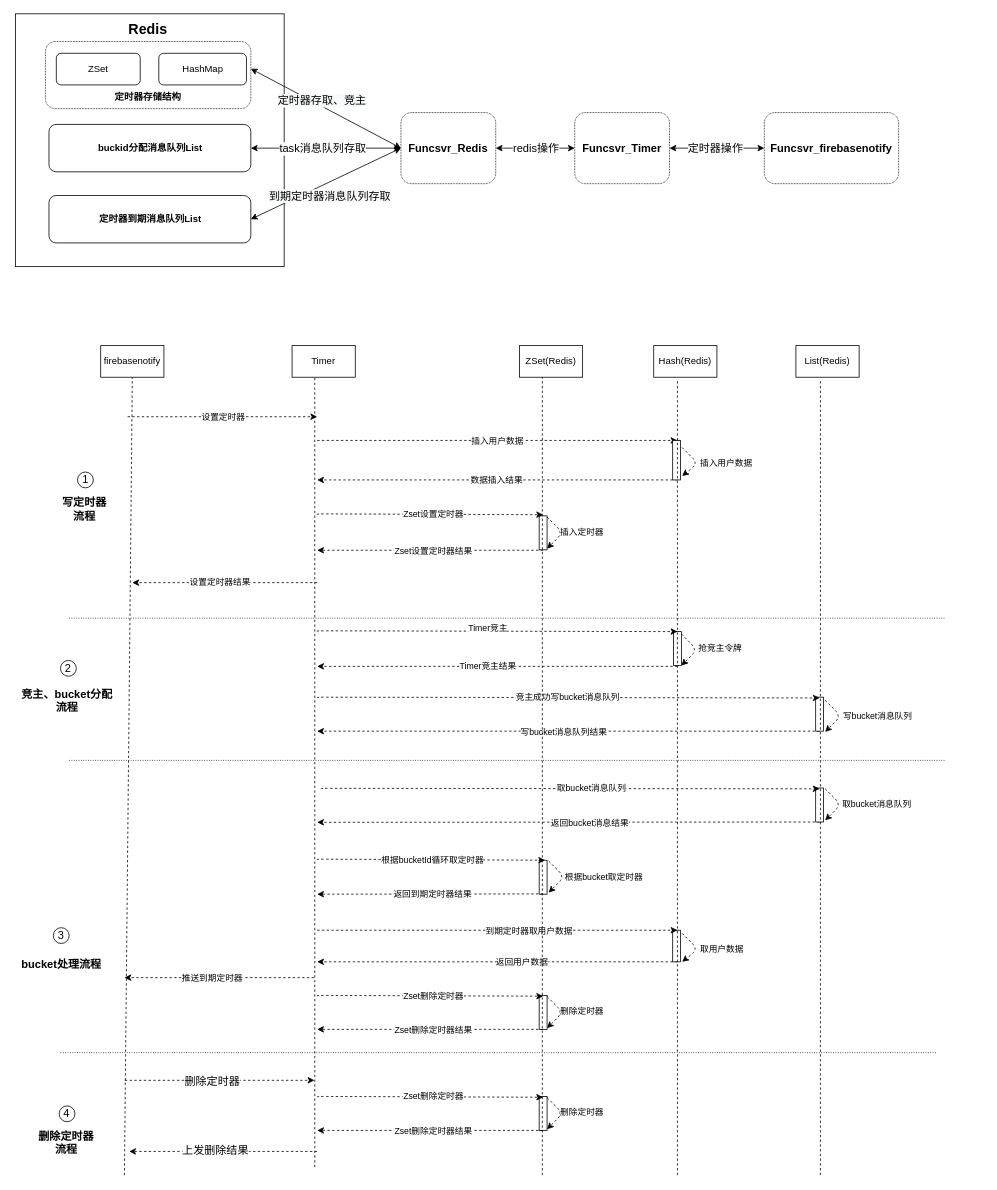
The draw.io diagram page "总图" (1 of 9) of timer.drawio in mbabby/draw.io.file, before the edit. Source tidied: cells renumbered, new cells numbered last; positions are measured from the earlier drawing's top-left corner, leaving out a move shared by most shapes. Both pictures are drawn from the tidied source at 79%, with x=0, y=0 at pixel (13, 13).
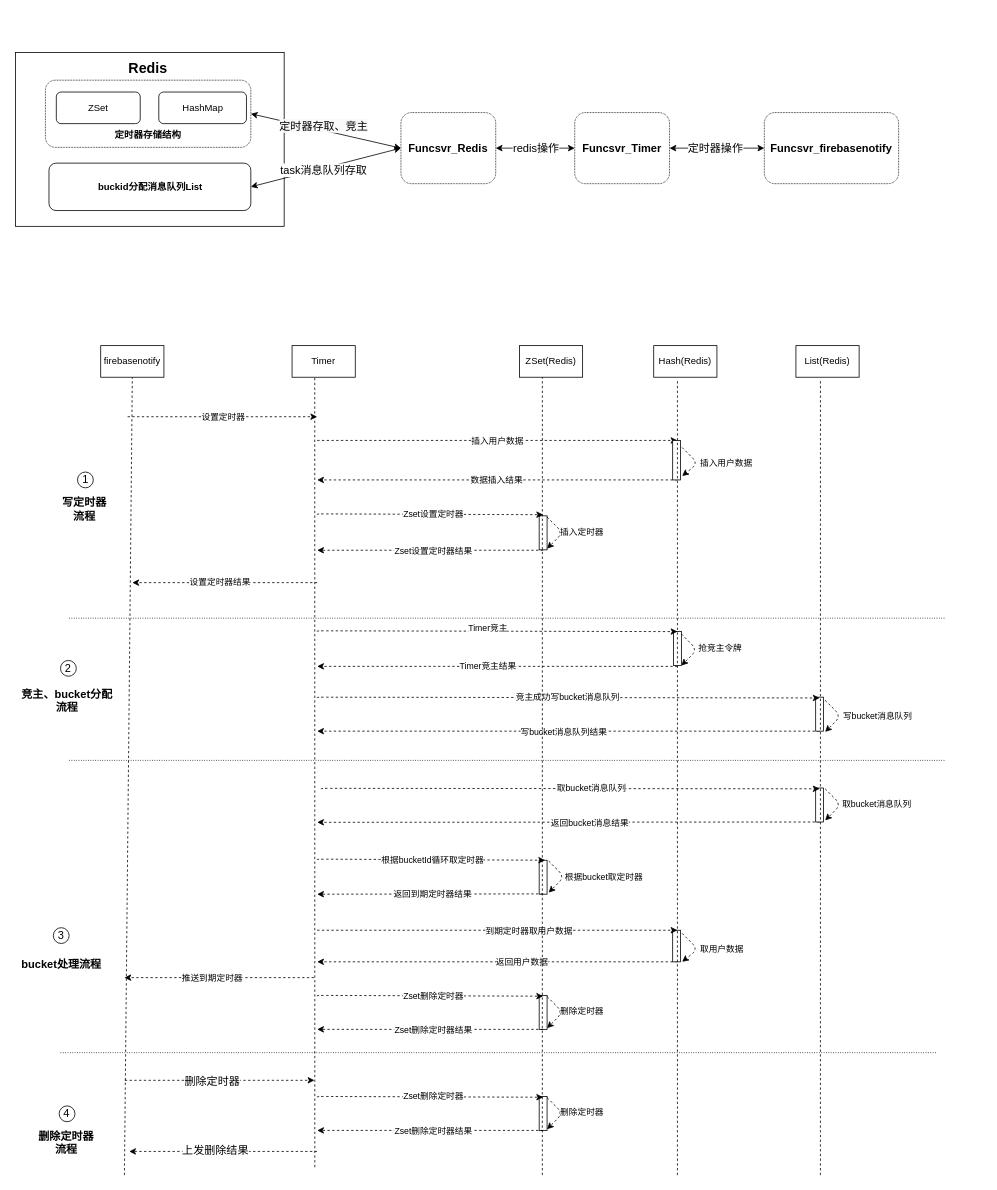
The same diagram, later.

Unchanged cells that the change refers to:
```xml
<mxCell id="11" style="edgeStyle=none;rounded=0;jettySize=auto;html=1;exitX=1;exitY=0.5;exitDx=0;exitDy=0;entryX=0;entryY=0.5;entryDx=0;entryDy=0;fontSize=14;startArrow=classic;startFill=1;strokeWidth=1;" parent="1" edge="1" source="13" target="18">
  <mxGeometry relative="1" as="geometry" />
</mxCell>
<mxCell id="18" value="&lt;b&gt;&lt;font style=&quot;font-size: 14px&quot;&gt;Funcsvr_Redis&lt;/font&gt;&lt;/b&gt;" style="rounded=1;whiteSpace=wrap;html=1;dashed=1;dashPattern=1 1;align=center;" parent="1" vertex="1">
  <mxGeometry x="490" y="125" width="120" height="90" as="geometry" />
</mxCell>
```

The edit, as a diff of the source:
```diff
@@
     <mxCell id="6" style="rounded=0;whiteSpace=wrap;html=1;" parent="1" vertex="1">
-      <mxGeometry x="2.2" width="340" height="320" as="geometry" />
+      <mxGeometry x="2.2" y="49" width="340" height="220" as="geometry" />
     </mxCell>
     <mxCell id="7" style="rounded=1;whiteSpace=wrap;html=1;dashed=1;dashPattern=1 1;" parent="1" vertex="1">
-      <mxGeometry x="40" y="35" width="260" height="85" as="geometry" />
+      <mxGeometry x="40" y="84" width="260" height="85" as="geometry" />
     </mxCell>
     <mxCell id="8" value="ZSet" style="rounded=1;whiteSpace=wrap;html=1;" parent="1" vertex="1">
-      <mxGeometry x="53.8" y="50" width="106.2" height="40" as="geometry" />
+      <mxGeometry x="53.8" y="99" width="106.2" height="40" as="geometry" />
     </mxCell>
     <mxCell id="9" value="&lt;b&gt;&lt;font style=&quot;font-size: 18px&quot;&gt;Redis&lt;/font&gt;&lt;/b&gt;" style="text;html=1;strokeColor=none;fillColor=none;align=center;verticalAlign=middle;whiteSpace=wrap;rounded=0;" parent="1" vertex="1">
-      <mxGeometry x="140" y="5" width="60" height="30" as="geometry" />
+      <mxGeometry x="140" y="54" width="60" height="30" as="geometry" />
     </mxCell>
     <mxCell id="10" value="HashMap" style="rounded=1;whiteSpace=wrap;html=1;" parent="1" vertex="1">
-      <mxGeometry x="183.5" y="50" width="111" height="40" as="geometry" />
+      <mxGeometry x="183.5" y="99" width="111" height="40" as="geometry" />
     </mxCell>
@@
     <mxCell id="12" value="task消息队列存取" style="edgeLabel;html=1;align=center;verticalAlign=middle;fontSize=14;" parent="11" vertex="1">
       <mxGeometry x="-0.15" y="-2" relative="1" as="geometry">
-        <mxPoint x="9" y="-2" as="offset" />
+        <mxPoint x="11" y="-3" as="offset" />
       </mxGeometry>
     </mxCell>
     <mxCell id="13" value="&lt;b&gt;buckid分配消息队列List&lt;/b&gt;" style="rounded=1;whiteSpace=wrap;html=1;" parent="1" vertex="1">
-      <mxGeometry x="44.5" y="140" width="255.5" height="60" as="geometry" />
+      <mxGeometry x="44.5" y="189" width="255.5" height="60" as="geometry" />
     </mxCell>
-    <mxCell id="14" value="&lt;b&gt;定时器到期消息队列List&lt;/b&gt;" style="rounded=1;whiteSpace=wrap;html=1;" parent="1" vertex="1">
-      <mxGeometry x="44.5" y="230" width="255.5" height="60" as="geometry" />
-    </mxCell>
     <mxCell id="15" value="&lt;b&gt;定时器存储结构&lt;/b&gt;" style="text;html=1;strokeColor=none;fillColor=none;align=center;verticalAlign=middle;whiteSpace=wrap;rounded=0;" parent="1" vertex="1">
-      <mxGeometry x="120" y="90" width="100" height="30" as="geometry" />
+      <mxGeometry x="120" y="139" width="100" height="30" as="geometry" />
     </mxCell>
@@
-    <mxCell id="20" style="endArrow=classic;html=1;entryX=0;entryY=0.5;entryDx=0;entryDy=0;startArrow=classic;startFill=1;" parent="1" edge="1" target="18">
-      <mxGeometry relative="1" as="geometry">
-        <mxPoint x="300" y="69.5" as="sourcePoint" />
-      </mxGeometry>
+    <mxCell id="20" style="endArrow=classic;html=1;entryX=0;entryY=0.5;entryDx=0;entryDy=0;startArrow=classic;startFill=1;exitX=1;exitY=0.5;exitDx=0;exitDy=0;" parent="1" edge="1" source="7" target="18">
+      <mxGeometry relative="1" as="geometry" />
     </mxCell>
-    <mxCell id="21" value="&lt;span style=&quot;background-color: rgb(248 , 249 , 250)&quot;&gt;定时器存取、竞主&lt;/span&gt;" style="edgeLabel;html=1;align=center;verticalAlign=middle;fontSize=14;" parent="20" vertex="1">
+    <mxCell id="21" value="&lt;span style=&quot;background-color: rgb(248 , 249 , 250)&quot;&gt;定时器存取、竞主&lt;/span&gt;" style="edgeLabel;html=1;align=center;verticalAlign=middle;fontSize=14;rotation=0;" parent="20" vertex="1">
       <mxGeometry x="0.12" relative="1" as="geometry">
-        <mxPoint x="-17" y="-16" as="offset" />
+        <mxPoint x="-15" y="-9" as="offset" />
       </mxGeometry>
     </mxCell>
-    <mxCell id="22" style="endArrow=classic;html=1;entryX=0;entryY=0.5;entryDx=0;entryDy=0;startArrow=classic;startFill=1;" parent="1" edge="1" target="18">
-      <mxGeometry relative="1" as="geometry">
-        <mxPoint x="300" y="260" as="sourcePoint" />
-      </mxGeometry>
-    </mxCell>
-    <mxCell id="23" value="&lt;span style=&quot;background-color: rgb(248 , 249 , 250)&quot;&gt;到期定时器消息队列存取&lt;/span&gt;" style="edgeLabel;html=1;align=center;verticalAlign=middle;fontSize=14;" parent="22" vertex="1">
-      <mxGeometry x="0.12" relative="1" as="geometry">
-        <mxPoint x="-7" y="21" as="offset" />
-      </mxGeometry>
-    </mxCell>
```
